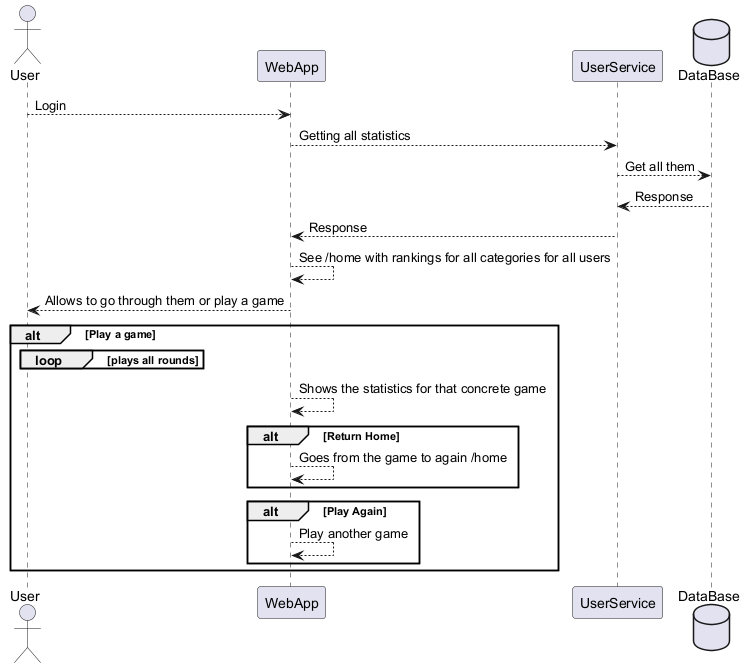
Above: images/Rankings.png in Arquisoft/wichat_en3b (PlantUML), before the change.
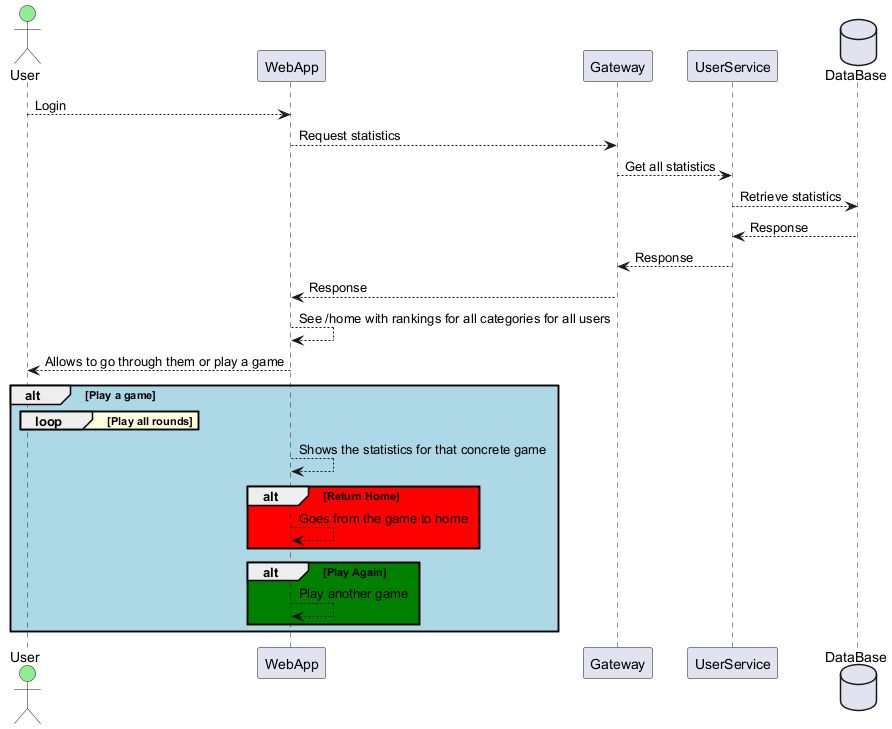
The same file after the commit.

Change to the diagram source:
```diff
@@ -1,34 +1,35 @@
 @startuml
-
-actor User
+actor User #lightgreen
 participant WebApp
+participant Gateway
 participant UserService
 database DataBase
 
 User --> WebApp: Login
 
-WebApp --> UserService: Getting all statistics
-UserService --> DataBase: Get all them
+WebApp --> Gateway: Request statistics
+Gateway --> UserService: Get all statistics
+UserService --> DataBase: Retrieve statistics
 DataBase --> UserService: Response
-UserService --> WebApp: Response
+UserService --> Gateway: Response
+Gateway --> WebApp: Response
 
 WebApp --> WebApp: See /home with rankings for all categories for all users
 WebApp --> User: Allows to go through them or play a game
 
-alt Play a game
-    loop plays all rounds
+alt #lightblue Play a game
+    loop #lightyellow Play all rounds
 
     end
 
     WebApp--> WebApp: Shows the statistics for that concrete game
 
-    alt Return Home
-        WebApp--> WebApp: Goes from the game to again /home
+    alt #red Return Home
+        WebApp--> WebApp: Goes from the game to home
     end
 
-    alt Play Again
+    alt #green Play Again
         WebApp--> WebApp: Play another game
     end
 end
-
 @enduml
```
